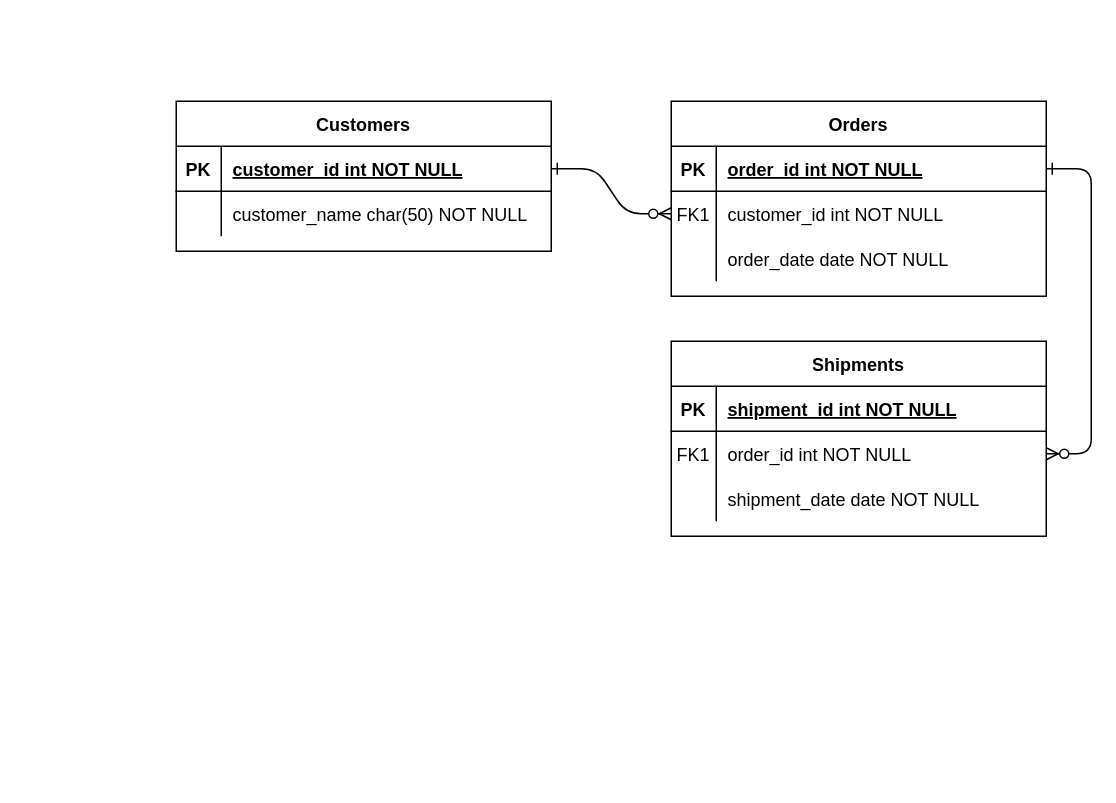
Above: Untitled Diagram.drawio in Obliviousfuture6/Capstone (draw.io), before the change. Source tidied: cells renumbered, new cells numbered last; positions are measured from the earlier drawing's top-left corner, leaving out a move shared by most shapes. Both pictures are drawn from the tidied source at 150%, with x=0, y=0 at pixel (176, 100).
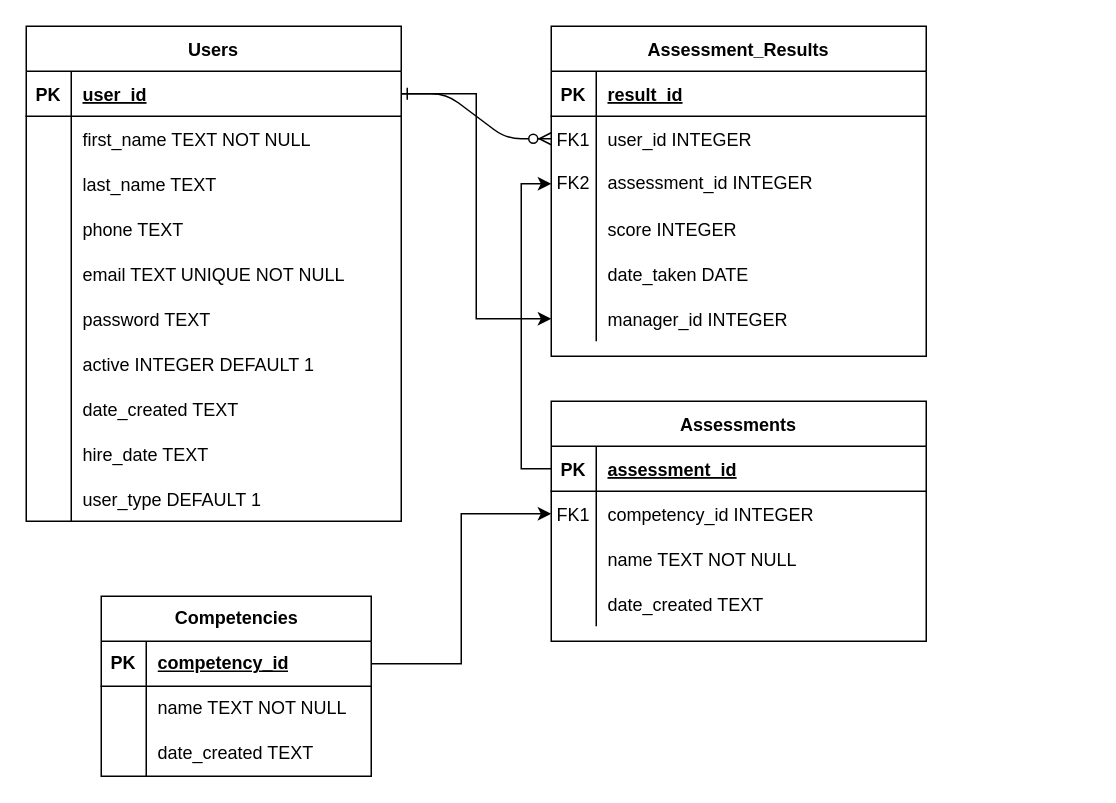
Above is the later version.

The change refers to these unchanged cells:
```xml
<mxCell id="5" style="shape=partialRectangle;fillColor=none;points=[[0,0.5],[1,0.5]];portConstraint=eastwest;top=0;left=0;right=0;bottom=1;" parent="4" vertex="1">
  <mxGeometry y="30" width="250" height="30" as="geometry" />
</mxCell>
<mxCell id="8" style="shape=partialRectangle;fillColor=none;points=[[0,0.5],[1,0.5]];portConstraint=eastwest;top=0;left=0;right=0;bottom=0;" parent="4" vertex="1">
  <mxGeometry y="60" width="250" height="30" as="geometry" />
</mxCell>
<mxCell id="15" style="shape=partialRectangle;fillColor=none;points=[[0,0.5],[1,0.5]];portConstraint=eastwest;top=0;left=0;right=0;bottom=1;" parent="14" vertex="1">
  <mxGeometry y="30" width="250" height="30" as="geometry" />
</mxCell>
<mxCell id="18" style="shape=partialRectangle;fillColor=none;points=[[0,0.5],[1,0.5]];portConstraint=eastwest;top=0;left=0;right=0;bottom=0;" parent="14" vertex="1">
  <mxGeometry y="60" width="250" height="30" as="geometry" />
</mxCell>
<mxCell id="21" style="shape=partialRectangle;fillColor=none;top=0;left=0;right=0;bottom=0;" parent="14" vertex="1">
  <mxGeometry y="90" width="250" height="30" as="geometry" />
</mxCell>
<mxCell id="25" style="shape=partialRectangle;fillColor=none;points=[[0,0.5],[1,0.5]];portConstraint=eastwest;top=0;left=0;right=0;bottom=1;" parent="24" vertex="1">
  <mxGeometry y="30" width="250" height="30" as="geometry" />
</mxCell>
```

Diff of the diagram source:
```diff
@@
-    <mxCell id="3" style="edgeStyle=entityRelationEdgeStyle;endArrow=ERzeroToMany;startArrow=ERone;endFill=1;startFill=0;" parent="1" edge="1" source="5" target="18">
-      <mxGeometry relative="1" as="geometry" />
-    </mxCell>
-    <mxCell id="4" value="Orders" style="shape=table;startSize=30;childLayout=tableLayout;rowLines=0;fontStyle=1;align=center;" parent="1" vertex="1">
-      <mxGeometry x="330" width="250" height="130" as="geometry" />
+    <mxCell id="4" value="Assessment_Results" style="shape=table;startSize=30;childLayout=tableLayout;rowLines=0;fontStyle=1;align=center;" parent="1" vertex="1">
+      <mxGeometry x="250" y="-50" width="250" height="220" as="geometry" />
     </mxCell>
@@
-    <mxCell id="7" value="order_id int NOT NULL " style="shape=partialRectangle;overflow=hidden;fillColor=none;top=0;left=0;bottom=0;right=0;align=left;spacingLeft=6;fontStyle=5;" parent="5" vertex="1">
+    <mxCell id="7" value="result_id" style="shape=partialRectangle;overflow=hidden;fillColor=none;top=0;left=0;bottom=0;right=0;align=left;spacingLeft=6;fontStyle=5;" parent="5" vertex="1">
       <mxGeometry x="30" width="220" height="30" as="geometry" />
     </mxCell>
@@
-    <mxCell id="10" value="customer_id int NOT NULL" style="shape=partialRectangle;overflow=hidden;fillColor=none;top=0;left=0;bottom=0;right=0;align=left;spacingLeft=6;" parent="8" vertex="1">
+    <mxCell id="10" value="user_id INTEGER" style="shape=partialRectangle;overflow=hidden;fillColor=none;top=0;left=0;bottom=0;right=0;align=left;spacingLeft=6;" parent="8" vertex="1">
       <mxGeometry x="30" width="220" height="30" as="geometry" />
     </mxCell>
+    <mxCell id="31" style="shape=tableRow;horizontal=0;startSize=0;swimlaneHead=0;swimlaneBody=0;fillColor=none;points=[[0,0.5],[1,0.5]];portConstraint=eastwest;top=0;left=0;right=0;bottom=0;" parent="4" vertex="1">
+      <mxGeometry y="90" width="250" height="30" as="geometry" />
+    </mxCell>
+    <mxCell id="32" value="FK2" style="shape=partialRectangle;fillColor=none;top=0;left=0;bottom=0;right=0;fontStyle=0;overflow=hidden;whiteSpace=wrap;html=1;" parent="31" vertex="1">
+      <mxGeometry width="30" height="30" as="geometry" />
+    </mxCell>
+    <mxCell id="33" value="assessment_id INTEGER" style="shape=partialRectangle;fillColor=none;top=0;left=0;bottom=0;right=0;align=left;spacingLeft=6;fontStyle=0;overflow=hidden;whiteSpace=wrap;html=1;" parent="31" vertex="1">
+      <mxGeometry x="30" width="220" height="30" as="geometry" />
+    </mxCell>
     <mxCell id="11" style="shape=partialRectangle;fillColor=none;top=0;left=0;right=0;bottom=0;" parent="4" vertex="1">
-      <mxGeometry y="90" width="250" height="30" as="geometry" />
+      <mxGeometry y="120" width="250" height="30" as="geometry" />
     </mxCell>
@@
-    <mxCell id="13" value="order_date date NOT NULL" style="shape=partialRectangle;overflow=hidden;fillColor=none;top=0;left=0;bottom=0;right=0;align=left;spacingLeft=6;" parent="11" vertex="1">
+    <mxCell id="13" value="score INTEGER" style="shape=partialRectangle;overflow=hidden;fillColor=none;top=0;left=0;bottom=0;right=0;align=left;spacingLeft=6;" parent="11" vertex="1">
       <mxGeometry x="30" width="220" height="30" as="geometry" />
     </mxCell>
+    <mxCell id="34" style="shape=tableRow;horizontal=0;startSize=0;swimlaneHead=0;swimlaneBody=0;fillColor=none;top=0;left=0;right=0;bottom=0;" parent="4" vertex="1">
+      <mxGeometry y="150" width="250" height="30" as="geometry" />
+    </mxCell>
+    <mxCell id="35" style="shape=partialRectangle;fillColor=none;top=0;left=0;bottom=0;right=0;overflow=hidden;" parent="34" vertex="1">
+      <mxGeometry width="30" height="30" as="geometry" />
+    </mxCell>
+    <mxCell id="36" value="date_taken DATE" style="shape=partialRectangle;fillColor=none;top=0;left=0;bottom=0;right=0;align=left;spacingLeft=6;overflow=hidden;" parent="34" vertex="1">
+      <mxGeometry x="30" width="220" height="30" as="geometry" />
+    </mxCell>
+    <mxCell id="37" style="shape=tableRow;horizontal=0;startSize=0;swimlaneHead=0;swimlaneBody=0;fillColor=none;points=[[0,0.5],[1,0.5]];portConstraint=eastwest;top=0;left=0;right=0;bottom=0;" parent="4" vertex="1">
+      <mxGeometry y="180" width="250" height="30" as="geometry" />
+    </mxCell>
+    <mxCell id="38" style="shape=partialRectangle;fillColor=none;top=0;left=0;bottom=0;right=0;overflow=hidden;" parent="37" vertex="1">
+      <mxGeometry width="30" height="30" as="geometry" />
+    </mxCell>
+    <mxCell id="39" value="manager_id INTEGER" style="shape=partialRectangle;fillColor=none;top=0;left=0;bottom=0;right=0;align=left;spacingLeft=6;overflow=hidden;" parent="37" vertex="1">
+      <mxGeometry x="30" width="220" height="30" as="geometry" />
+    </mxCell>
-    <mxCell id="14" value="Shipments" style="shape=table;startSize=30;childLayout=tableLayout;rowLines=0;fontStyle=1;align=center;" parent="1" vertex="1">
-      <mxGeometry x="330" y="160" width="250" height="130" as="geometry" />
+    <mxCell id="14" value="Assessments" style="shape=table;startSize=30;childLayout=tableLayout;rowLines=0;fontStyle=1;align=center;" parent="1" vertex="1">
+      <mxGeometry x="250" y="200" width="250" height="160" as="geometry" />
     </mxCell>
@@
-    <mxCell id="17" value="shipment_id int NOT NULL " style="shape=partialRectangle;overflow=hidden;fillColor=none;top=0;left=0;bottom=0;right=0;align=left;spacingLeft=6;fontStyle=5;" parent="15" vertex="1">
+    <mxCell id="17" value="assessment_id" style="shape=partialRectangle;overflow=hidden;fillColor=none;top=0;left=0;bottom=0;right=0;align=left;spacingLeft=6;fontStyle=5;" parent="15" vertex="1">
       <mxGeometry x="30" width="220" height="30" as="geometry" />
     </mxCell>
@@
-    <mxCell id="20" value="order_id int NOT NULL" style="shape=partialRectangle;overflow=hidden;fillColor=none;top=0;left=0;bottom=0;right=0;align=left;spacingLeft=6;" parent="18" vertex="1">
+    <mxCell id="20" value="competency_id INTEGER" style="shape=partialRectangle;overflow=hidden;fillColor=none;top=0;left=0;bottom=0;right=0;align=left;spacingLeft=6;" parent="18" vertex="1">
       <mxGeometry x="30" width="220" height="30" as="geometry" />
     </mxCell>
@@
-    <mxCell id="23" value="shipment_date date NOT NULL" style="shape=partialRectangle;overflow=hidden;fillColor=none;top=0;left=0;bottom=0;right=0;align=left;spacingLeft=6;" parent="21" vertex="1">
+    <mxCell id="23" value="name TEXT NOT NULL" style="shape=partialRectangle;overflow=hidden;fillColor=none;top=0;left=0;bottom=0;right=0;align=left;spacingLeft=6;" parent="21" vertex="1">
       <mxGeometry x="30" width="220" height="30" as="geometry" />
     </mxCell>
+    <mxCell id="40" style="shape=tableRow;horizontal=0;startSize=0;swimlaneHead=0;swimlaneBody=0;fillColor=none;top=0;left=0;right=0;bottom=0;" parent="14" vertex="1">
+      <mxGeometry y="120" width="250" height="30" as="geometry" />
+    </mxCell>
+    <mxCell id="41" style="shape=partialRectangle;fillColor=none;top=0;left=0;bottom=0;right=0;overflow=hidden;" parent="40" vertex="1">
+      <mxGeometry width="30" height="30" as="geometry" />
+    </mxCell>
+    <mxCell id="42" value="date_created TEXT" style="shape=partialRectangle;fillColor=none;top=0;left=0;bottom=0;right=0;align=left;spacingLeft=6;overflow=hidden;" parent="40" vertex="1">
+      <mxGeometry x="30" width="220" height="30" as="geometry" />
+    </mxCell>
-    <mxCell id="24" value="Customers" style="shape=table;startSize=30;childLayout=tableLayout;rowLines=0;fontStyle=1;align=center;" parent="1" vertex="1">
-      <mxGeometry width="250" height="100" as="geometry" />
+    <mxCell id="24" value="Users" style="shape=table;startSize=30;childLayout=tableLayout;rowLines=0;fontStyle=1;align=center;" parent="1" vertex="1">
+      <mxGeometry x="-100" y="-50" width="250" height="330" as="geometry" />
     </mxCell>
@@
-    <mxCell id="27" value="customer_id int NOT NULL " style="shape=partialRectangle;overflow=hidden;fillColor=none;top=0;left=0;bottom=0;right=0;align=left;spacingLeft=6;fontStyle=5;" parent="25" vertex="1">
+    <mxCell id="27" value="user_id" style="shape=partialRectangle;overflow=hidden;fillColor=none;top=0;left=0;bottom=0;right=0;align=left;spacingLeft=6;fontStyle=5;" parent="25" vertex="1">
       <mxGeometry x="30" width="220" height="30" as="geometry" />
     </mxCell>
-    <mxCell id="28" style="shape=partialRectangle;fillColor=none;top=0;left=0;right=0;bottom=0;" parent="24" vertex="1">
-      <mxGeometry y="60" width="250" height="30" as="geometry" />
-    </mxCell>
-    <mxCell id="29" style="shape=partialRectangle;overflow=hidden;fillColor=none;top=0;left=0;bottom=0;right=0;" parent="28" vertex="1">
-      <mxGeometry width="30" height="30" as="geometry" />
-    </mxCell>
-    <mxCell id="30" value="customer_name char(50) NOT NULL" style="shape=partialRectangle;overflow=hidden;fillColor=none;top=0;left=0;bottom=0;right=0;align=left;spacingLeft=6;" parent="28" vertex="1">
-      <mxGeometry x="30" width="220" height="30" as="geometry" />
-    </mxCell>
+    <mxCell id="43" style="shape=tableRow;horizontal=0;startSize=0;swimlaneHead=0;swimlaneBody=0;fillColor=none;top=0;left=0;right=0;bottom=0;" parent="24" vertex="1">
+      <mxGeometry y="60" width="250" height="30" as="geometry" />
+    </mxCell>
+    <mxCell id="44" style="shape=partialRectangle;fillColor=none;top=0;left=0;bottom=0;right=0;overflow=hidden;" parent="43" vertex="1">
+      <mxGeometry width="30" height="30" as="geometry" />
+    </mxCell>
+    <mxCell id="45" value="first_name TEXT NOT NULL" style="shape=partialRectangle;fillColor=none;top=0;left=0;bottom=0;right=0;align=left;spacingLeft=6;overflow=hidden;" parent="43" vertex="1">
+      <mxGeometry x="30" width="220" height="30" as="geometry" />
+    </mxCell>
+    <mxCell id="46" style="shape=tableRow;horizontal=0;startSize=0;swimlaneHead=0;swimlaneBody=0;fillColor=none;top=0;left=0;right=0;bottom=0;" parent="24" vertex="1">
+      <mxGeometry y="90" width="250" height="30" as="geometry" />
+    </mxCell>
+    <mxCell id="47" style="shape=partialRectangle;fillColor=none;top=0;left=0;bottom=0;right=0;overflow=hidden;" parent="46" vertex="1">
+      <mxGeometry width="30" height="30" as="geometry" />
+    </mxCell>
+    <mxCell id="48" value="last_name TEXT" style="shape=partialRectangle;fillColor=none;top=0;left=0;bottom=0;right=0;align=left;spacingLeft=6;overflow=hidden;" parent="46" vertex="1">
+      <mxGeometry x="30" width="220" height="30" as="geometry" />
+    </mxCell>
+    <mxCell id="49" style="shape=tableRow;horizontal=0;startSize=0;swimlaneHead=0;swimlaneBody=0;fillColor=none;top=0;left=0;right=0;bottom=0;" parent="24" vertex="1">
+      <mxGeometry y="120" width="250" height="30" as="geometry" />
+    </mxCell>
+    <mxCell id="50" style="shape=partialRectangle;fillColor=none;top=0;left=0;bottom=0;right=0;overflow=hidden;" parent="49" vertex="1">
+      <mxGeometry width="30" height="30" as="geometry" />
+    </mxCell>
+    <mxCell id="51" value="phone TEXT" style="shape=partialRectangle;fillColor=none;top=0;left=0;bottom=0;right=0;align=left;spacingLeft=6;overflow=hidden;" parent="49" vertex="1">
+      <mxGeometry x="30" width="220" height="30" as="geometry" />
+    </mxCell>
+    <mxCell id="52" style="shape=tableRow;horizontal=0;startSize=0;swimlaneHead=0;swimlaneBody=0;fillColor=none;top=0;left=0;right=0;bottom=0;" parent="24" vertex="1">
+      <mxGeometry y="150" width="250" height="30" as="geometry" />
+    </mxCell>
+    <mxCell id="53" style="shape=partialRectangle;fillColor=none;top=0;left=0;bottom=0;right=0;overflow=hidden;" parent="52" vertex="1">
+      <mxGeometry width="30" height="30" as="geometry" />
+    </mxCell>
+    <mxCell id="54" value="email TEXT UNIQUE NOT NULL" style="shape=partialRectangle;fillColor=none;top=0;left=0;bottom=0;right=0;align=left;spacingLeft=6;overflow=hidden;" parent="52" vertex="1">
+      <mxGeometry x="30" width="220" height="30" as="geometry" />
+    </mxCell>
+    <mxCell id="55" style="shape=tableRow;horizontal=0;startSize=0;swimlaneHead=0;swimlaneBody=0;fillColor=none;top=0;left=0;right=0;bottom=0;" parent="24" vertex="1">
+      <mxGeometry y="180" width="250" height="30" as="geometry" />
+    </mxCell>
+    <mxCell id="56" style="shape=partialRectangle;fillColor=none;top=0;left=0;bottom=0;right=0;overflow=hidden;" parent="55" vertex="1">
+      <mxGeometry width="30" height="30" as="geometry" />
+    </mxCell>
+    <mxCell id="57" value="password TEXT" style="shape=partialRectangle;fillColor=none;top=0;left=0;bottom=0;right=0;align=left;spacingLeft=6;overflow=hidden;" parent="55" vertex="1">
+      <mxGeometry x="30" width="220" height="30" as="geometry" />
+    </mxCell>
+    <mxCell id="58" style="shape=tableRow;horizontal=0;startSize=0;swimlaneHead=0;swimlaneBody=0;fillColor=none;top=0;left=0;right=0;bottom=0;" parent="24" vertex="1">
+      <mxGeometry y="210" width="250" height="30" as="geometry" />
+    </mxCell>
+    <mxCell id="59" style="shape=partialRectangle;fillColor=none;top=0;left=0;bottom=0;right=0;overflow=hidden;" parent="58" vertex="1">
+      <mxGeometry width="30" height="30" as="geometry" />
+    </mxCell>
+    <mxCell id="60" value="active INTEGER DEFAULT 1" style="shape=partialRectangle;fillColor=none;top=0;left=0;bottom=0;right=0;align=left;spacingLeft=6;overflow=hidden;" parent="58" vertex="1">
+      <mxGeometry x="30" width="220" height="30" as="geometry" />
+    </mxCell>
+    <mxCell id="61" style="shape=tableRow;horizontal=0;startSize=0;swimlaneHead=0;swimlaneBody=0;fillColor=none;top=0;left=0;right=0;bottom=0;" parent="24" vertex="1">
+      <mxGeometry y="240" width="250" height="30" as="geometry" />
+    </mxCell>
+    <mxCell id="62" style="shape=partialRectangle;fillColor=none;top=0;left=0;bottom=0;right=0;overflow=hidden;" parent="61" vertex="1">
+      <mxGeometry width="30" height="30" as="geometry" />
+    </mxCell>
+    <mxCell id="63" value="date_created TEXT" style="shape=partialRectangle;fillColor=none;top=0;left=0;bottom=0;right=0;align=left;spacingLeft=6;overflow=hidden;" parent="61" vertex="1">
+      <mxGeometry x="30" width="220" height="30" as="geometry" />
+    </mxCell>
+    <mxCell id="64" style="shape=tableRow;horizontal=0;startSize=0;swimlaneHead=0;swimlaneBody=0;fillColor=none;top=0;left=0;right=0;bottom=0;" parent="24" vertex="1">
+      <mxGeometry y="270" width="250" height="30" as="geometry" />
+    </mxCell>
+    <mxCell id="65" style="shape=partialRectangle;fillColor=none;top=0;left=0;bottom=0;right=0;overflow=hidden;" parent="64" vertex="1">
+      <mxGeometry width="30" height="30" as="geometry" />
+    </mxCell>
+    <mxCell id="66" value="hire_date TEXT" style="shape=partialRectangle;fillColor=none;top=0;left=0;bottom=0;right=0;align=left;spacingLeft=6;overflow=hidden;" parent="64" vertex="1">
+      <mxGeometry x="30" width="220" height="30" as="geometry" />
+    </mxCell>
+    <mxCell id="67" style="shape=tableRow;horizontal=0;startSize=0;swimlaneHead=0;swimlaneBody=0;fillColor=none;top=0;left=0;right=0;bottom=0;" parent="24" vertex="1">
+      <mxGeometry y="300" width="250" height="30" as="geometry" />
+    </mxCell>
+    <mxCell id="68" style="shape=partialRectangle;fillColor=none;top=0;left=0;bottom=0;right=0;overflow=hidden;" parent="67" vertex="1">
+      <mxGeometry width="30" height="30" as="geometry" />
+    </mxCell>
+    <mxCell id="69" value="user_type DEFAULT 1" style="shape=partialRectangle;fillColor=none;top=0;left=0;bottom=0;right=0;align=left;spacingLeft=6;overflow=hidden;" parent="67" vertex="1">
+      <mxGeometry x="30" width="220" height="30" as="geometry" />
+    </mxCell>
+    <mxCell id="70" style="edgeStyle=orthogonalEdgeStyle;rounded=0;jettySize=auto;html=1;exitX=0;exitY=0.5;exitDx=0;exitDy=0;entryX=0;entryY=0.5;entryDx=0;entryDy=0;" parent="1" edge="1" source="15" target="31">
+      <mxGeometry relative="1" as="geometry" />
+    </mxCell>
+    <mxCell id="71" style="edgeStyle=orthogonalEdgeStyle;rounded=0;jettySize=auto;html=1;exitX=1;exitY=0.5;exitDx=0;exitDy=0;" parent="1" edge="1" source="25" target="37">
+      <mxGeometry relative="1" as="geometry" />
+    </mxCell>
+    <mxCell id="72" value="Competencies" style="shape=table;startSize=30;childLayout=tableLayout;rowLines=0;fontStyle=1;align=center;html=1;" parent="1" vertex="1">
+      <mxGeometry x="-50" y="330" width="180" height="120" as="geometry" />
+    </mxCell>
+    <mxCell id="73" style="shape=tableRow;horizontal=0;startSize=0;swimlaneHead=0;swimlaneBody=0;fillColor=none;points=[[0,0.5],[1,0.5]];portConstraint=eastwest;top=0;left=0;right=0;bottom=1;" parent="72" vertex="1">
+      <mxGeometry y="30" width="180" height="30" as="geometry" />
+    </mxCell>
+    <mxCell id="74" value="PK" style="shape=partialRectangle;fillColor=none;top=0;left=0;bottom=0;right=0;fontStyle=1;overflow=hidden;whiteSpace=wrap;html=1;" parent="73" vertex="1">
+      <mxGeometry width="30" height="30" as="geometry" />
+    </mxCell>
+    <mxCell id="75" value="competency_id" style="shape=partialRectangle;fillColor=none;top=0;left=0;bottom=0;right=0;align=left;spacingLeft=6;fontStyle=5;overflow=hidden;whiteSpace=wrap;html=1;" parent="73" vertex="1">
+      <mxGeometry x="30" width="150" height="30" as="geometry" />
+    </mxCell>
+    <mxCell id="76" style="shape=tableRow;horizontal=0;startSize=0;swimlaneHead=0;swimlaneBody=0;fillColor=none;top=0;left=0;right=0;bottom=0;" parent="72" vertex="1">
+      <mxGeometry y="60" width="180" height="30" as="geometry" />
+    </mxCell>
+    <mxCell id="77" style="shape=partialRectangle;fillColor=none;top=0;left=0;bottom=0;right=0;overflow=hidden;whiteSpace=wrap;html=1;" parent="76" vertex="1">
+      <mxGeometry width="30" height="30" as="geometry" />
+    </mxCell>
+    <mxCell id="78" value="name TEXT NOT NULL" style="shape=partialRectangle;fillColor=none;top=0;left=0;bottom=0;right=0;align=left;spacingLeft=6;overflow=hidden;whiteSpace=wrap;html=1;" parent="76" vertex="1">
+      <mxGeometry x="30" width="150" height="30" as="geometry" />
+    </mxCell>
+    <mxCell id="79" style="shape=tableRow;horizontal=0;startSize=0;swimlaneHead=0;swimlaneBody=0;fillColor=none;top=0;left=0;right=0;bottom=0;" parent="72" vertex="1">
+      <mxGeometry y="90" width="180" height="30" as="geometry" />
+    </mxCell>
+    <mxCell id="80" style="shape=partialRectangle;fillColor=none;top=0;left=0;bottom=0;right=0;overflow=hidden;whiteSpace=wrap;html=1;" parent="79" vertex="1">
+      <mxGeometry width="30" height="30" as="geometry" />
+    </mxCell>
+    <mxCell id="81" value="date_created TEXT&amp;nbsp;" style="shape=partialRectangle;fillColor=none;top=0;left=0;bottom=0;right=0;align=left;spacingLeft=6;overflow=hidden;whiteSpace=wrap;html=1;" parent="79" vertex="1">
+      <mxGeometry x="30" width="150" height="30" as="geometry" />
+    </mxCell>
+    <mxCell id="82" style="edgeStyle=orthogonalEdgeStyle;rounded=0;jettySize=auto;html=1;" parent="1" edge="1" source="73" target="18">
+      <mxGeometry relative="1" as="geometry" />
+    </mxCell>
```
